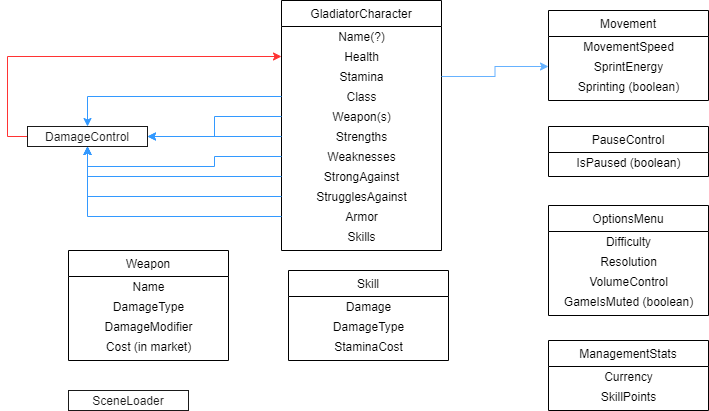
COP4331-Proj/Retaking-Olympos keeps this draw.io diagram as artifacts/Pictures/Class-Diagram/ClassDiagram.png. Above is the earlier version. Source tidied: cells renumbered, new cells last; positions are measured from the earlier drawing's top-left corner, leaving out a move shared by most shapes.
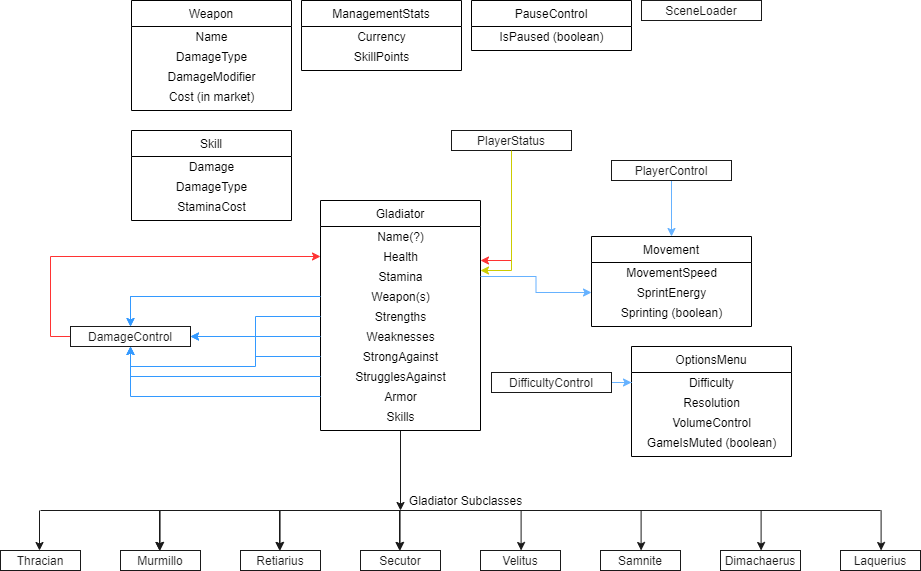
After the change.

Commit message:
Updated class diagram and architecture.md to reflect changes

What changed in the source:
```diff
@@ -2,8 +2,13 @@
   <root>
     <mxCell id="0" />
     <mxCell id="1" parent="0" />
+    <mxCell id="48" style="edgeStyle=orthogonalEdgeStyle;rounded=0;jettySize=auto;html=1;strokeColor=#1A1A1A;" parent="1" edge="1" source="2">
+      <mxGeometry relative="1" as="geometry">
+        <mxPoint x="341" y="290" as="targetPoint" />
+      </mxGeometry>
+    </mxCell>
-    <mxCell id="2" value="GladiatorCharacter" style="swimlane;fontStyle=0;align=center;verticalAlign=top;horizontal=1;startSize=26;rounded=0;shadow=0;strokeWidth=1;" parent="1" vertex="1">
-      <mxGeometry x="274" width="160" height="250" as="geometry" />
+    <mxCell id="2" value="Gladiator" style="swimlane;fontStyle=0;align=center;verticalAlign=top;horizontal=1;startSize=26;rounded=0;shadow=0;strokeWidth=1;" parent="1" vertex="1">
+      <mxGeometry x="261" y="-20" width="160" height="230" as="geometry" />
     </mxCell>
     <mxCell id="3" value="Name(?)" style="text;html=1;align=center;verticalAlign=middle;" parent="2" vertex="1">
       <mxGeometry y="26" width="160" height="20" as="geometry" />
@@ -14,40 +19,37 @@
     <mxCell id="5" value="Stamina&lt;br&gt;" style="text;html=1;align=center;verticalAlign=middle;points=[];" parent="2" vertex="1">
       <mxGeometry y="66" width="160" height="20" as="geometry" />
     </mxCell>
-    <mxCell id="6" value="Class" style="text;html=1;align=center;verticalAlign=middle;points=[];" parent="2" vertex="1">
-      <mxGeometry y="86" width="160" height="20" as="geometry" />
-    </mxCell>
     <mxCell id="7" value="Weapon(s)" style="text;html=1;align=center;verticalAlign=middle;points=[];" parent="2" vertex="1">
-      <mxGeometry y="106" width="160" height="20" as="geometry" />
+      <mxGeometry y="86" width="160" height="20" as="geometry" />
     </mxCell>
     <mxCell id="8" value="Strengths" style="text;html=1;align=center;verticalAlign=middle;points=[];" parent="2" vertex="1">
-      <mxGeometry y="126" width="160" height="20" as="geometry" />
+      <mxGeometry y="106" width="160" height="20" as="geometry" />
     </mxCell>
     <mxCell id="9" value="Weaknesses" style="text;html=1;align=center;verticalAlign=middle;points=[];" parent="2" vertex="1">
-      <mxGeometry y="146" width="160" height="20" as="geometry" />
+      <mxGeometry y="126" width="160" height="20" as="geometry" />
     </mxCell>
     <mxCell id="10" value="StrongAgainst" style="text;html=1;align=center;verticalAlign=middle;points=[];" parent="2" vertex="1">
-      <mxGeometry y="166" width="160" height="20" as="geometry" />
+      <mxGeometry y="146" width="160" height="20" as="geometry" />
     </mxCell>
     <mxCell id="11" value="StrugglesAgainst" style="text;html=1;align=center;verticalAlign=middle;points=[];" parent="2" vertex="1">
-      <mxGeometry y="186" width="160" height="20" as="geometry" />
+      <mxGeometry y="166" width="160" height="20" as="geometry" />
     </mxCell>
     <mxCell id="12" value="Armor" style="text;html=1;align=center;verticalAlign=middle;points=[];" parent="2" vertex="1">
-      <mxGeometry y="206" width="160" height="20" as="geometry" />
+      <mxGeometry y="186" width="160" height="20" as="geometry" />
     </mxCell>
     <mxCell id="13" value="Skills" style="text;html=1;align=center;verticalAlign=middle;" parent="2" vertex="1">
-      <mxGeometry y="226" width="160" height="20" as="geometry" />
+      <mxGeometry y="206" width="160" height="20" as="geometry" />
     </mxCell>
     <mxCell id="14" style="edgeStyle=orthogonalEdgeStyle;rounded=0;jettySize=auto;html=1;fillColor=#f8cecc;strokeColor=#FF3333;" parent="1" edge="1" source="15" target="4">
       <mxGeometry relative="1" as="geometry">
         <Array as="points">
-          <mxPoint y="136" />
-          <mxPoint y="56" />
+          <mxPoint x="-9" y="116" />
+          <mxPoint x="-9" y="36" />
         </Array>
       </mxGeometry>
     </mxCell>
     <mxCell id="15" value="DamageControl" style="text;html=1;fillColor=none;align=center;verticalAlign=middle;rounded=0;labelBorderColor=none;whiteSpace=wrap;strokeColor=#1A1A1A;fontColor=#1A1A1A;" parent="1" vertex="1">
-      <mxGeometry x="20" y="126" width="120" height="20" as="geometry" />
+      <mxGeometry x="11" y="106" width="120" height="20" as="geometry" />
     </mxCell>
     <mxCell id="16" style="edgeStyle=orthogonalEdgeStyle;rounded=0;jettySize=auto;html=1;fillColor=#dae8fc;strokeColor=#3399FF;" parent="1" edge="1" source="10" target="15">
       <mxGeometry relative="1" as="geometry" />
@@ -61,8 +63,10 @@
     <mxCell id="19" style="edgeStyle=orthogonalEdgeStyle;rounded=0;jettySize=auto;html=1;fillColor=#dae8fc;strokeColor=#3399FF;" parent="1" edge="1" source="7" target="15">
       <mxGeometry relative="1" as="geometry" />
     </mxCell>
-    <mxCell id="20" style="edgeStyle=orthogonalEdgeStyle;rounded=0;jettySize=auto;html=1;fillColor=#dae8fc;strokeColor=#3399FF;" parent="1" edge="1" source="6" target="15">
-      <mxGeometry relative="1" as="geometry" />
+    <mxCell id="20" style="edgeStyle=orthogonalEdgeStyle;rounded=0;jettySize=auto;html=1;fillColor=#dae8fc;strokeColor=#3399FF;" parent="1" edge="1" target="15">
+      <mxGeometry relative="1" as="geometry">
+        <mxPoint x="251" y="76" as="sourcePoint" />
+      </mxGeometry>
     </mxCell>
     <mxCell id="21" style="edgeStyle=orthogonalEdgeStyle;rounded=0;jettySize=auto;html=1;entryX=0.5;entryY=1;entryDx=0;entryDy=0;fillColor=#dae8fc;strokeColor=#3399FF;" parent="1" edge="1" source="11" target="15">
       <mxGeometry relative="1" as="geometry" />
@@ -71,7 +75,7 @@
       <mxGeometry relative="1" as="geometry" />
     </mxCell>
     <mxCell id="23" value="Movement" style="swimlane;fontStyle=0;align=center;verticalAlign=top;horizontal=1;startSize=26;rounded=0;shadow=0;strokeWidth=1;" parent="1" vertex="1">
-      <mxGeometry x="541" y="10" width="160" height="90" as="geometry" />
+      <mxGeometry x="532" y="16" width="160" height="90" as="geometry" />
     </mxCell>
     <mxCell id="24" value="MovementSpeed" style="text;html=1;align=center;verticalAlign=middle;" parent="23" vertex="1">
       <mxGeometry y="26" width="160" height="20" as="geometry" />
@@ -82,17 +86,14 @@
     <mxCell id="26" value="Sprinting (boolean)" style="text;html=1;align=center;verticalAlign=middle;" parent="23" vertex="1">
       <mxGeometry y="66" width="160" height="20" as="geometry" />
     </mxCell>
-    <mxCell id="27" style="edgeStyle=orthogonalEdgeStyle;rounded=0;jettySize=auto;html=1;strokeColor=#66B2FF;fontColor=#1A1A1A;" parent="1" edge="1" source="5" target="25">
-      <mxGeometry relative="1" as="geometry" />
-    </mxCell>
     <mxCell id="28" value="PauseControl" style="swimlane;fontStyle=0;align=center;verticalAlign=top;horizontal=1;startSize=26;rounded=0;shadow=0;strokeWidth=1;" parent="1" vertex="1">
-      <mxGeometry x="541" y="126" width="160" height="50" as="geometry" />
+      <mxGeometry x="412" y="-220" width="160" height="50" as="geometry" />
     </mxCell>
     <mxCell id="29" value="IsPaused (boolean)" style="text;html=1;align=center;verticalAlign=middle;" parent="28" vertex="1">
       <mxGeometry y="26" width="160" height="20" as="geometry" />
     </mxCell>
     <mxCell id="30" value="Weapon" style="swimlane;fontStyle=0;align=center;verticalAlign=top;horizontal=1;startSize=26;rounded=0;shadow=0;strokeWidth=1;" parent="1" vertex="1">
-      <mxGeometry x="61" y="250" width="160" height="110" as="geometry" />
+      <mxGeometry x="72" y="-220" width="160" height="110" as="geometry" />
     </mxCell>
     <mxCell id="31" value="Name" style="text;html=1;align=center;verticalAlign=middle;" parent="30" vertex="1">
       <mxGeometry y="26" width="160" height="20" as="geometry" />
@@ -107,7 +108,7 @@
       <mxGeometry y="86" width="160" height="20" as="geometry" />
     </mxCell>
     <mxCell id="35" value="ManagementStats" style="swimlane;fontStyle=0;align=center;verticalAlign=top;horizontal=1;startSize=26;rounded=0;shadow=0;strokeWidth=1;" parent="1" vertex="1">
-      <mxGeometry x="541" y="340" width="160" height="70" as="geometry" />
+      <mxGeometry x="242" y="-220" width="160" height="70" as="geometry" />
     </mxCell>
     <mxCell id="36" value="Currency" style="text;html=1;align=center;verticalAlign=middle;" parent="35" vertex="1">
       <mxGeometry y="26" width="160" height="20" as="geometry" />
@@ -116,7 +117,7 @@
       <mxGeometry y="46" width="160" height="20" as="geometry" />
     </mxCell>
     <mxCell id="38" value="Skill" style="swimlane;fontStyle=0;align=center;verticalAlign=top;horizontal=1;startSize=26;rounded=0;shadow=0;strokeWidth=1;" parent="1" vertex="1">
-      <mxGeometry x="281" y="270" width="160" height="90" as="geometry" />
+      <mxGeometry x="72" y="-90" width="160" height="90" as="geometry" />
     </mxCell>
     <mxCell id="39" value="Damage" style="text;html=1;align=center;verticalAlign=middle;" parent="38" vertex="1">
       <mxGeometry y="26" width="160" height="20" as="geometry" />
@@ -128,10 +129,10 @@
       <mxGeometry y="66" width="160" height="20" as="geometry" />
     </mxCell>
     <mxCell id="42" value="SceneLoader" style="text;html=1;fillColor=none;align=center;verticalAlign=middle;rounded=0;labelBorderColor=none;whiteSpace=wrap;strokeColor=#1A1A1A;fontColor=#1A1A1A;" parent="1" vertex="1">
-      <mxGeometry x="61" y="390" width="120" height="20" as="geometry" />
+      <mxGeometry x="582" y="-220" width="120" height="20" as="geometry" />
     </mxCell>
     <mxCell id="43" value="OptionsMenu" style="swimlane;fontStyle=0;align=center;verticalAlign=top;horizontal=1;startSize=26;rounded=0;shadow=0;strokeWidth=1;" parent="1" vertex="1">
-      <mxGeometry x="541" y="205" width="160" height="110" as="geometry" />
+      <mxGeometry x="572" y="126" width="160" height="110" as="geometry" />
     </mxCell>
     <mxCell id="44" value="Difficulty" style="text;html=1;align=center;verticalAlign=middle;points=[];" parent="43" vertex="1">
       <mxGeometry y="26" width="160" height="20" as="geometry" />
@@ -145,5 +146,143 @@
     <mxCell id="47" value="GameIsMuted (boolean)" style="text;html=1;align=center;verticalAlign=middle;" parent="43" vertex="1">
       <mxGeometry y="86" width="160" height="20" as="geometry" />
     </mxCell>
+    <mxCell id="49" style="edgeStyle=orthogonalEdgeStyle;rounded=0;jettySize=auto;html=1;fillColor=#a20025;strokeColor=#FF3333;" parent="1" edge="1" source="50" target="4">
+      <mxGeometry relative="1" as="geometry">
+        <Array as="points">
+          <mxPoint x="452" y="40" />
+        </Array>
+      </mxGeometry>
+    </mxCell>
+    <mxCell id="50" value="PlayerStatus" style="text;html=1;fillColor=none;align=center;verticalAlign=middle;rounded=0;labelBorderColor=none;whiteSpace=wrap;strokeColor=#1A1A1A;fontColor=#1A1A1A;" parent="1" vertex="1">
+      <mxGeometry x="392" y="-90" width="120" height="20" as="geometry" />
+    </mxCell>
+    <mxCell id="51" style="edgeStyle=orthogonalEdgeStyle;rounded=0;jettySize=auto;html=1;fillColor=#a20025;strokeColor=#CCCC00;" parent="1" edge="1" target="5">
+      <mxGeometry relative="1" as="geometry">
+        <mxPoint x="452" y="-70" as="sourcePoint" />
+        <Array as="points">
+          <mxPoint x="452" y="50" />
+        </Array>
+      </mxGeometry>
+    </mxCell>
+    <mxCell id="52" style="edgeStyle=orthogonalEdgeStyle;rounded=0;jettySize=auto;html=1;fillColor=#1ba1e2;strokeColor=#66B2FF;" parent="1" edge="1" source="53" target="23">
+      <mxGeometry relative="1" as="geometry" />
+    </mxCell>
+    <mxCell id="53" value="PlayerControl" style="text;html=1;fillColor=none;align=center;verticalAlign=middle;rounded=0;labelBorderColor=none;whiteSpace=wrap;strokeColor=#1A1A1A;fontColor=#1A1A1A;" parent="1" vertex="1">
+      <mxGeometry x="552" y="-60" width="120" height="20" as="geometry" />
+    </mxCell>
+    <mxCell id="54" style="edgeStyle=orthogonalEdgeStyle;rounded=0;jettySize=auto;html=1;strokeColor=#66B2FF;" parent="1" edge="1" source="55" target="44">
+      <mxGeometry relative="1" as="geometry" />
+    </mxCell>
+    <mxCell id="55" value="DifficultyControl" style="text;html=1;fillColor=none;align=center;verticalAlign=middle;rounded=0;labelBorderColor=none;whiteSpace=wrap;strokeColor=#1A1A1A;fontColor=#1A1A1A;" parent="1" vertex="1">
+      <mxGeometry x="432" y="152" width="120" height="20" as="geometry" />
+    </mxCell>
+    <mxCell id="27" style="edgeStyle=orthogonalEdgeStyle;rounded=0;jettySize=auto;html=1;strokeColor=#66B2FF;" parent="1" edge="1" source="5" target="25">
+      <mxGeometry relative="1" as="geometry" />
+    </mxCell>
+    <mxCell id="56" style="endArrow=none;html=1;strokeColor=#1A1A1A;" parent="1" edge="1">
+      <mxGeometry relative="1" as="geometry">
+        <mxPoint x="-19" y="290" as="sourcePoint" />
+        <mxPoint x="821" y="290" as="targetPoint" />
+      </mxGeometry>
+    </mxCell>
+    <mxCell id="57" style="endArrow=classic;html=1;strokeColor=#1A1A1A;" parent="1" edge="1">
+      <mxGeometry relative="1" as="geometry">
+        <mxPoint x="-20" y="290" as="sourcePoint" />
+        <mxPoint x="-20" y="330" as="targetPoint" />
+      </mxGeometry>
+    </mxCell>
+    <mxCell id="58" value="Thracian" style="text;html=1;fillColor=none;align=center;verticalAlign=middle;rounded=0;labelBorderColor=none;whiteSpace=wrap;strokeColor=#1A1A1A;fontColor=#1A1A1A;" parent="1" vertex="1">
+      <mxGeometry x="-59" y="330" width="80" height="20" as="geometry" />
+    </mxCell>
+    <mxCell id="59" style="endArrow=classic;html=1;strokeColor=#1A1A1A;" parent="1" edge="1">
+      <mxGeometry relative="1" as="geometry">
+        <mxPoint x="100" y="290" as="sourcePoint" />
+        <mxPoint x="100" y="330" as="targetPoint" />
+      </mxGeometry>
+    </mxCell>
+    <mxCell id="60" value="Murmillo" style="text;html=1;fillColor=none;align=center;verticalAlign=middle;rounded=0;labelBorderColor=none;whiteSpace=wrap;strokeColor=#1A1A1A;fontColor=#1A1A1A;" parent="1" vertex="1">
+      <mxGeometry x="61" y="330" width="80" height="20" as="geometry" />
+    </mxCell>
+    <mxCell id="61" style="endArrow=classic;html=1;strokeColor=#1A1A1A;" parent="1" edge="1">
+      <mxGeometry relative="1" as="geometry">
+        <mxPoint x="220" y="290" as="sourcePoint" />
+        <mxPoint x="220" y="330" as="targetPoint" />
+      </mxGeometry>
+    </mxCell>
+    <mxCell id="62" value="Retiarius" style="text;html=1;fillColor=none;align=center;verticalAlign=middle;rounded=0;labelBorderColor=none;whiteSpace=wrap;strokeColor=#1A1A1A;fontColor=#1A1A1A;" parent="1" vertex="1">
+      <mxGeometry x="181" y="330" width="80" height="20" as="geometry" />
+    </mxCell>
+    <mxCell id="63" style="endArrow=classic;html=1;strokeColor=#1A1A1A;" parent="1" edge="1">
+      <mxGeometry relative="1" as="geometry">
+        <mxPoint x="340" y="290" as="sourcePoint" />
+        <mxPoint x="340" y="330" as="targetPoint" />
+      </mxGeometry>
+    </mxCell>
+    <mxCell id="64" value="Secutor" style="text;html=1;fillColor=none;align=center;verticalAlign=middle;rounded=0;labelBorderColor=none;whiteSpace=wrap;strokeColor=#1A1A1A;fontColor=#1A1A1A;" parent="1" vertex="1">
+      <mxGeometry x="301" y="330" width="80" height="20" as="geometry" />
+    </mxCell>
+    <mxCell id="65" style="endArrow=classic;html=1;strokeColor=#1A1A1A;" parent="1" edge="1">
+      <mxGeometry relative="1" as="geometry">
+        <mxPoint x="100" y="290" as="sourcePoint" />
+        <mxPoint x="100" y="330" as="targetPoint" />
+      </mxGeometry>
+    </mxCell>
+    <mxCell id="66" value="Velitus" style="text;html=1;fillColor=none;align=center;verticalAlign=middle;rounded=0;labelBorderColor=none;whiteSpace=wrap;strokeColor=#1A1A1A;fontColor=#1A1A1A;" parent="1" vertex="1">
+      <mxGeometry x="421" y="330" width="80" height="20" as="geometry" />
+    </mxCell>
+    <mxCell id="67" value="Samnite" style="text;html=1;fillColor=none;align=center;verticalAlign=middle;rounded=0;labelBorderColor=none;whiteSpace=wrap;strokeColor=#1A1A1A;fontColor=#1A1A1A;" parent="1" vertex="1">
+      <mxGeometry x="541" y="330" width="80" height="20" as="geometry" />
+    </mxCell>
+    <mxCell id="68" value="Dimachaerus" style="text;html=1;fillColor=none;align=center;verticalAlign=middle;rounded=0;labelBorderColor=none;whiteSpace=wrap;strokeColor=#1A1A1A;fontColor=#1A1A1A;" parent="1" vertex="1">
+      <mxGeometry x="661" y="330" width="80" height="20" as="geometry" />
+    </mxCell>
+    <mxCell id="69" style="endArrow=classic;html=1;strokeColor=#1A1A1A;" parent="1" edge="1">
+      <mxGeometry relative="1" as="geometry">
+        <mxPoint x="340.6" y="290" as="sourcePoint" />
+        <mxPoint x="340.6" y="330" as="targetPoint" />
+      </mxGeometry>
+    </mxCell>
+    <mxCell id="70" style="endArrow=classic;html=1;strokeColor=#1A1A1A;" parent="1" edge="1">
+      <mxGeometry relative="1" as="geometry">
+        <mxPoint x="220.6" y="290" as="sourcePoint" />
+        <mxPoint x="220.6" y="330" as="targetPoint" />
+      </mxGeometry>
+    </mxCell>
+    <mxCell id="71" style="endArrow=classic;html=1;strokeColor=#1A1A1A;" parent="1" edge="1">
+      <mxGeometry relative="1" as="geometry">
+        <mxPoint x="100.6" y="290" as="sourcePoint" />
+        <mxPoint x="100.6" y="330" as="targetPoint" />
+      </mxGeometry>
+    </mxCell>
+    <mxCell id="72" style="endArrow=classic;html=1;strokeColor=#1A1A1A;" parent="1" edge="1">
+      <mxGeometry relative="1" as="geometry">
+        <mxPoint x="701.6" y="290" as="sourcePoint" />
+        <mxPoint x="701.6" y="330" as="targetPoint" />
+      </mxGeometry>
+    </mxCell>
+    <mxCell id="73" style="endArrow=classic;html=1;strokeColor=#1A1A1A;" parent="1" edge="1">
+      <mxGeometry relative="1" as="geometry">
+        <mxPoint x="581.6" y="290" as="sourcePoint" />
+        <mxPoint x="581.6" y="330" as="targetPoint" />
+      </mxGeometry>
+    </mxCell>
+    <mxCell id="74" style="endArrow=classic;html=1;strokeColor=#1A1A1A;" parent="1" edge="1">
+      <mxGeometry relative="1" as="geometry">
+        <mxPoint x="461.6" y="290" as="sourcePoint" />
+        <mxPoint x="461.6" y="330" as="targetPoint" />
+      </mxGeometry>
+    </mxCell>
+    <mxCell id="75" value="Laquerius" style="text;html=1;fillColor=none;align=center;verticalAlign=middle;rounded=0;labelBorderColor=none;whiteSpace=wrap;strokeColor=#1A1A1A;fontColor=#1A1A1A;" parent="1" vertex="1">
+      <mxGeometry x="781" y="330" width="80" height="20" as="geometry" />
+    </mxCell>
+    <mxCell id="76" style="endArrow=classic;html=1;strokeColor=#1A1A1A;" parent="1" edge="1">
+      <mxGeometry relative="1" as="geometry">
+        <mxPoint x="821.6" y="290" as="sourcePoint" />
+        <mxPoint x="821.6" y="330" as="targetPoint" />
+      </mxGeometry>
+    </mxCell>
+    <mxCell id="77" value="Gladiator Subclasses" style="text;html=1;align=center;verticalAlign=middle;" parent="1" vertex="1">
+      <mxGeometry x="341" y="270" width="130" height="20" as="geometry" />
+    </mxCell>
   </root>
 </mxGraphModel>
```
